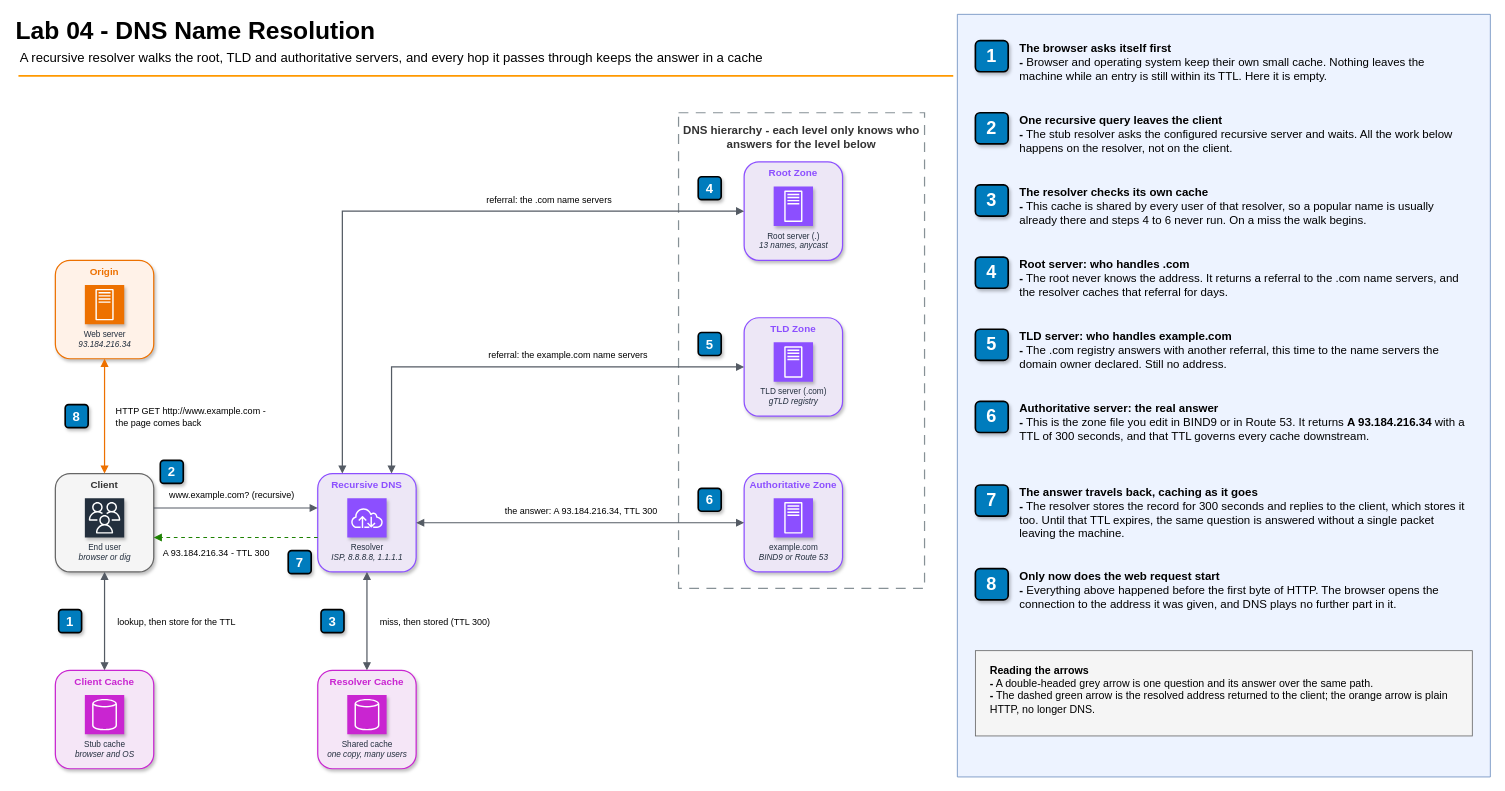
Above: 04-dns-dig-bind9/diagrams/lab04-dns-resolution-flow.drawio in gamaware/system-design-course (draw.io), before the change. Source tidied: cells renumbered, new cells numbered last; positions are measured from the earlier drawing's top-left corner, leaving out a move shared by most shapes. Both pictures are drawn from the tidied source at 82%, with x=0, y=0 at pixel (14, 14). Pictures stored in the file or linked from it are replaced by grey dashed boxes.
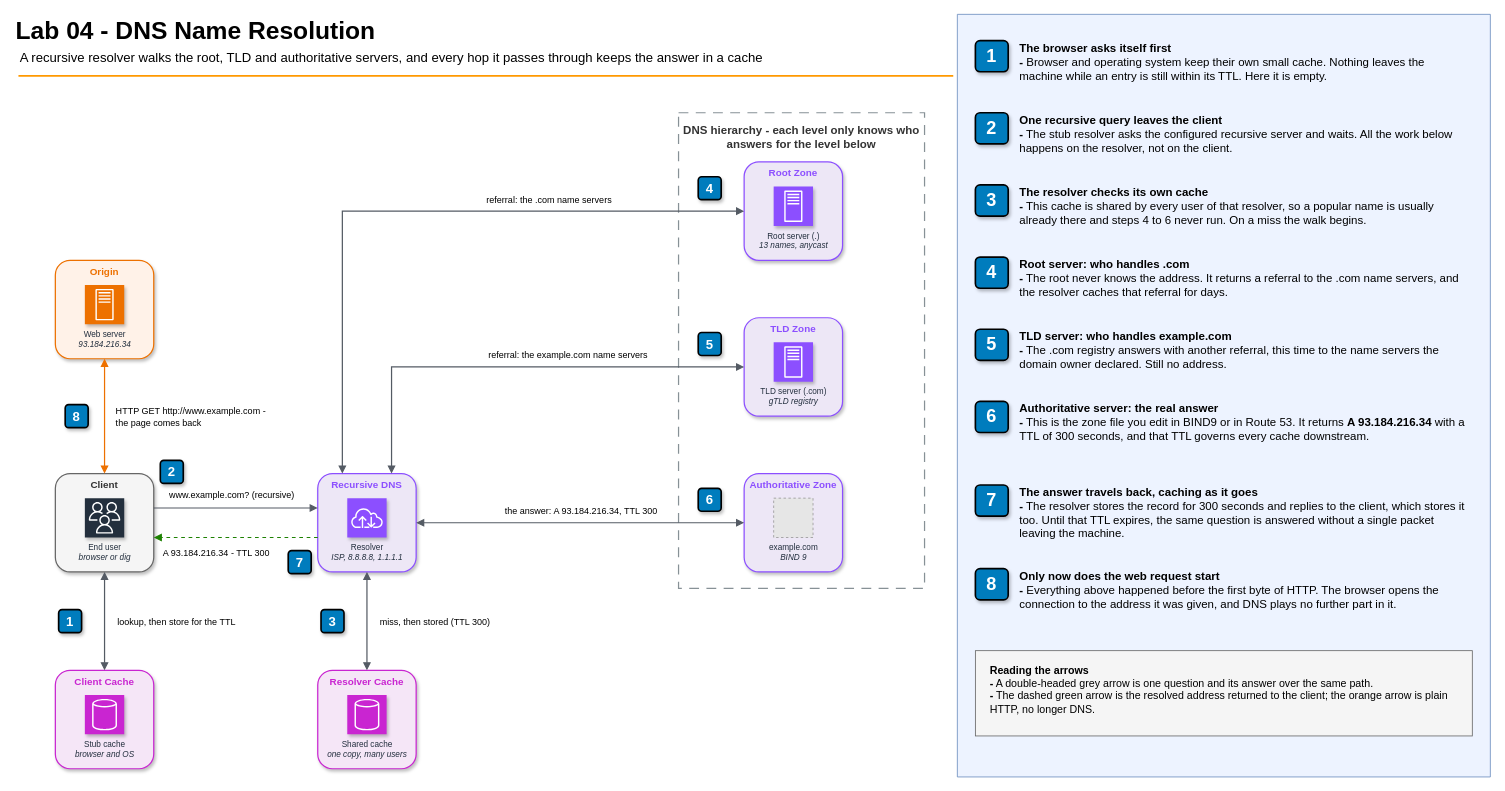
The same diagram, later.

Commit message (it also covers changes not shown here):
docs(diagrams): use the BIND 9 logo for the authoritative server in lab 04

The change refers to these unchanged cells:
```xml
<mxCell id="19" value="Authoritative Zone" style="rounded=1;html=1;whiteSpace=wrap;fillColor=#EDE7F6;strokeColor=#8C4FFF;verticalAlign=top;align=center;fontStyle=1;fontSize=12;fontColor=#8C4FFF;shadow=1;strokeWidth=1.5;fontFamily=Helvetica;" parent="1" vertex="1">
  <mxGeometry x="890" y="560" width="120" height="120" as="geometry" />
</mxCell>
```

What changed in the source:
```diff
@@
-    <mxCell id="20" value="example.com&lt;div&gt;&lt;i&gt;BIND9 or Route 53&lt;/i&gt;&lt;/div&gt;" style="sketch=0;fontColor=#232F3E;fillColor=#8C4FFF;strokeColor=#ffffff;dashed=0;verticalLabelPosition=bottom;verticalAlign=top;align=center;html=1;fontSize=10;fontStyle=0;shape=mxgraph.aws4.resourceIcon;resIcon=mxgraph.aws4.traditional_server;shadow=1;fontFamily=Helvetica;" parent="19" vertex="1">
+    <mxCell id="20" value="example.com&lt;div&gt;&lt;i&gt;BIND 9&lt;/i&gt;&lt;/div&gt;" style="fillColor=#E6E6E6;strokeColor=#999999;dashed=1;verticalLabelPosition=bottom;verticalAlign=top;align=center;html=1;labelBackgroundColor=none;fontSize=10;fontColor=#232F3E;fontFamily=Helvetica;" parent="19" vertex="1">
       <mxGeometry x="36" y="30" width="48" height="48" as="geometry" />
     </mxCell>
```
